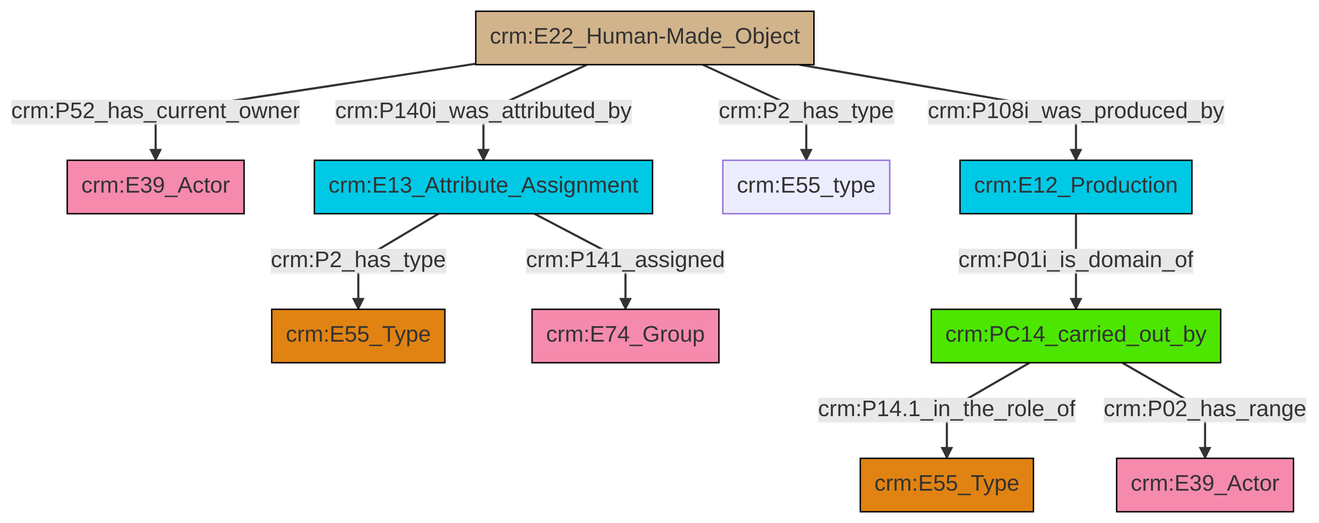
Earlier version of the Mermaid export et/builtWorkCSV/ttl/mmd/png/Built_Work_actor_relations.png (swiss-art-research-net/docs.swissartresearch). Its source is kept beside it as et/builtWorkCSV/ttl/mmd/Built_Work_actor_relations.ttl.mmd.
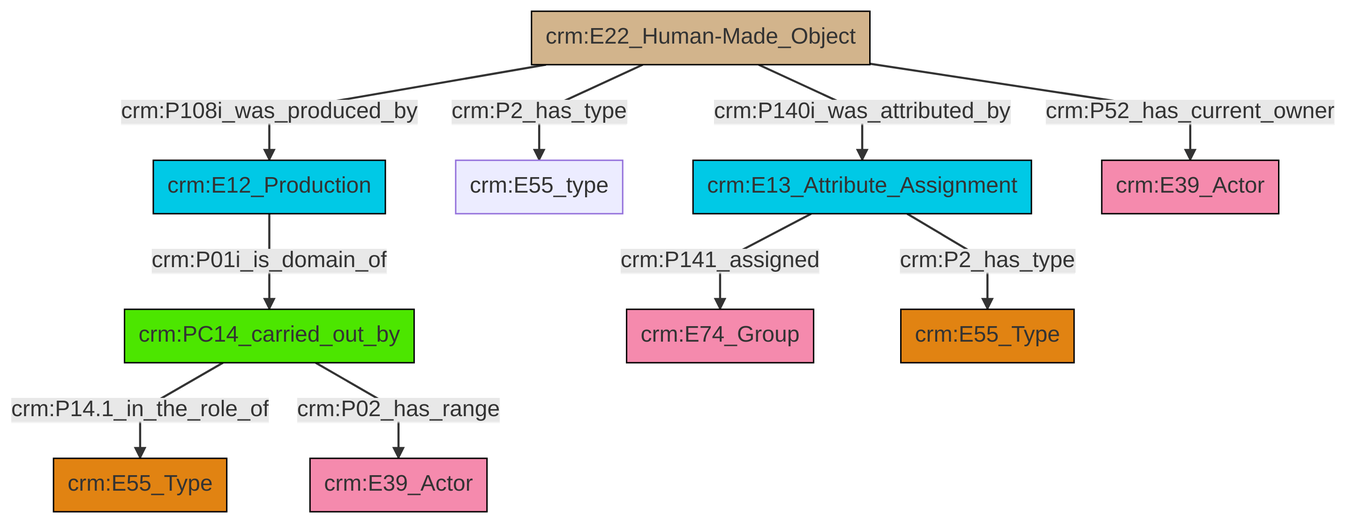
After the commit.

The edit, as a diff of the source:
```diff
@@ -13,12 +13,12 @@
 classDef PC_Classes fill:#4ce600, stroke:#000000;
 classDef Multi fill:#cccccc,stroke:#000000;
 
-0["crm:E22_Human-Made_Object"]:::Physical_Thing -->|crm:P52_has_current_owner| 1["crm:E39_Actor"]:::Actor
-7["crm:E12_Production"]:::Temporal_Entity -->|crm:P01i_is_domain_of| 8["crm:PC14_carried_out_by"]:::PC_Classes
-0["crm:E22_Human-Made_Object"]:::Physical_Thing -->|crm:P140i_was_attributed_by| 12["crm:E13_Attribute_Assignment"]:::Temporal_Entity
-12["crm:E13_Attribute_Assignment"]:::Temporal_Entity -->|crm:P2_has_type| 2["crm:E55_Type"]:::Type
-0["crm:E22_Human-Made_Object"]:::Physical_Thing -->|crm:P108i_was_produced_by| 7["crm:E12_Production"]:::Temporal_Entity
-0["crm:E22_Human-Made_Object"]:::Physical_Thing -->|crm:P2_has_type| 10["crm:E55_type"]:::Default
-12["crm:E13_Attribute_Assignment"]:::Temporal_Entity -->|crm:P141_assigned| 4["crm:E74_Group"]:::Actor
-8["crm:PC14_carried_out_by"]:::PC_Classes -->|crm:P14.1_in_the_role_of| 18["crm:E55_Type"]:::Type
-8["crm:PC14_carried_out_by"]:::PC_Classes -->|crm:P02_has_range| 15["crm:E39_Actor"]:::Actor
+8["crm:E13_Attribute_Assignment"]:::Temporal_Entity -->|crm:P141_assigned| 9["crm:E74_Group"]:::Actor
+6["crm:E22_Human-Made_Object"]:::Physical_Thing -->|crm:P2_has_type| 4["crm:E55_type"]:::Default
+0["crm:PC14_carried_out_by"]:::PC_Classes -->|crm:P14.1_in_the_role_of| 10["crm:E55_Type"]:::Type
+6["crm:E22_Human-Made_Object"]:::Physical_Thing -->|crm:P52_has_current_owner| 14["crm:E39_Actor"]:::Actor
+8["crm:E13_Attribute_Assignment"]:::Temporal_Entity -->|crm:P2_has_type| 11["crm:E55_Type"]:::Type
+2["crm:E12_Production"]:::Temporal_Entity -->|crm:P01i_is_domain_of| 0["crm:PC14_carried_out_by"]:::PC_Classes
+6["crm:E22_Human-Made_Object"]:::Physical_Thing -->|crm:P108i_was_produced_by| 2["crm:E12_Production"]:::Temporal_Entity
+0["crm:PC14_carried_out_by"]:::PC_Classes -->|crm:P02_has_range| 17["crm:E39_Actor"]:::Actor
+6["crm:E22_Human-Made_Object"]:::Physical_Thing -->|crm:P140i_was_attributed_by| 8["crm:E13_Attribute_Assignment"]:::Temporal_Entity
```
